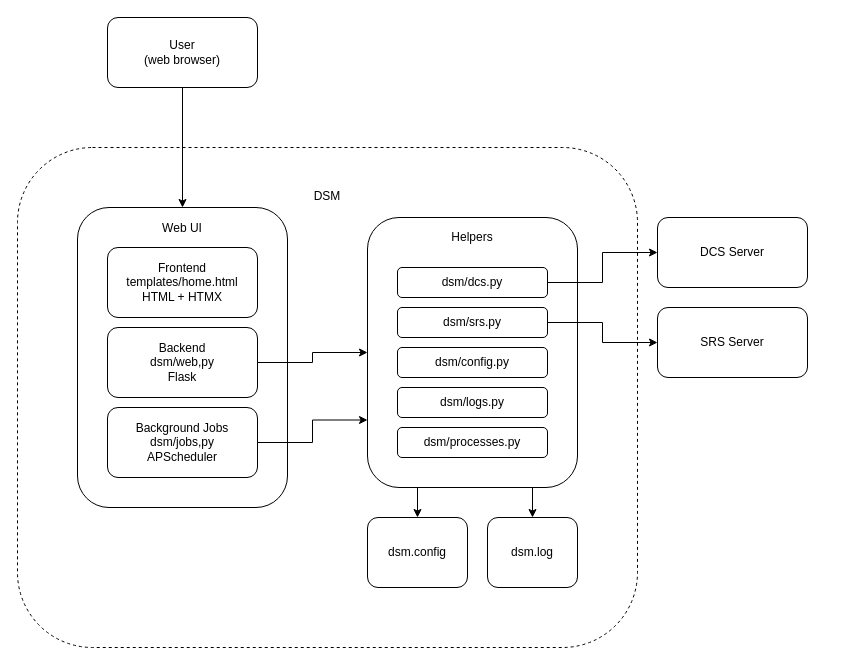
This is dsm_diagram.drawio from fisadev/dcs_server_manager, a draw.io file, before an edit. Source tidied: cells renumbered, new cells numbered last; positions are measured from the earlier drawing's top-left corner, leaving out a move shared by most shapes. Both pictures are drawn from the tidied source at 100%, with x=0, y=0 at pixel (17, 17).
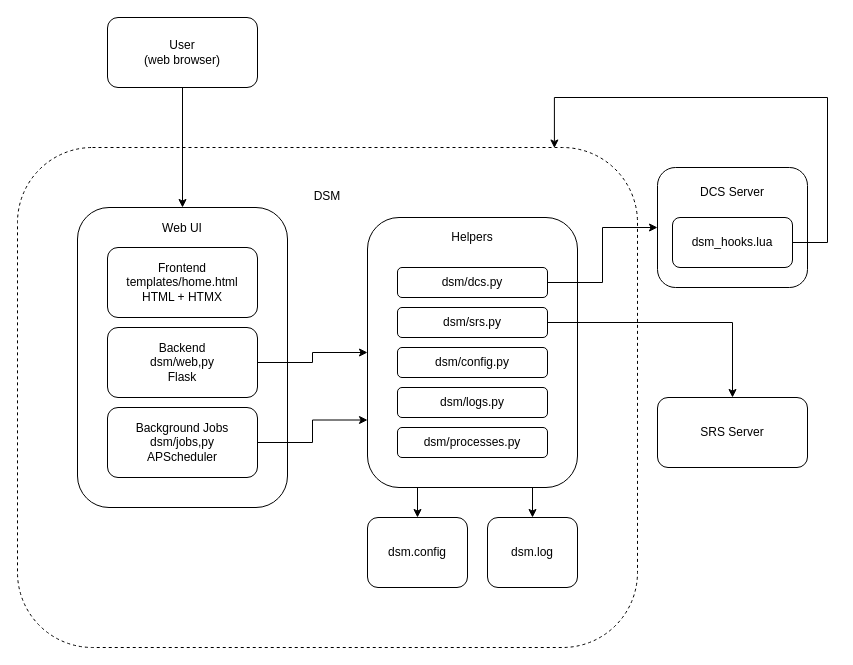
The same page after the edit.

Commit message:
Update drawing with the hook

The change refers to these unchanged cells:
```xml
<mxCell id="2" value="&lt;div&gt;DSM&lt;/div&gt;&lt;div&gt;&lt;br&gt;&lt;/div&gt;&lt;div&gt;&lt;br&gt;&lt;/div&gt;&lt;div&gt;&lt;br&gt;&lt;/div&gt;&lt;div&gt;&lt;br&gt;&lt;/div&gt;&lt;div&gt;&lt;br&gt;&lt;/div&gt;&lt;div&gt;&lt;br&gt;&lt;/div&gt;&lt;div&gt;&lt;br&gt;&lt;/div&gt;&lt;div&gt;&lt;br&gt;&lt;/div&gt;&lt;div&gt;&lt;br&gt;&lt;/div&gt;&lt;div&gt;&lt;br&gt;&lt;/div&gt;&lt;div&gt;&lt;br&gt;&lt;/div&gt;&lt;div&gt;&lt;br&gt;&lt;/div&gt;&lt;div&gt;&lt;br&gt;&lt;/div&gt;&lt;div&gt;&lt;br&gt;&lt;/div&gt;&lt;div&gt;&lt;br&gt;&lt;/div&gt;&lt;div&gt;&lt;br&gt;&lt;/div&gt;&lt;div&gt;&lt;br&gt;&lt;/div&gt;&lt;div&gt;&lt;br&gt;&lt;/div&gt;&lt;div&gt;&lt;br&gt;&lt;/div&gt;&lt;div&gt;&lt;br&gt;&lt;/div&gt;&lt;div&gt;&lt;br&gt;&lt;/div&gt;&lt;div&gt;&lt;br&gt;&lt;/div&gt;&lt;div&gt;&lt;br&gt;&lt;/div&gt;&lt;div&gt;&lt;br&gt;&lt;/div&gt;&lt;div&gt;&lt;br&gt;&lt;/div&gt;&lt;div&gt;&lt;br&gt;&lt;/div&gt;&lt;div&gt;&lt;br&gt;&lt;/div&gt;&lt;div&gt;&lt;br&gt;&lt;/div&gt;" style="rounded=1;whiteSpace=wrap;html=1;fillColor=none;dashed=1;" parent="1" vertex="1">
  <mxGeometry y="130" width="620" height="500" as="geometry" />
</mxCell>
```

What changed in the source:
```diff
@@
-    <mxCell id="19" value="DCS Server" style="rounded=1;whiteSpace=wrap;html=1;" parent="1" vertex="1">
-      <mxGeometry x="640" y="200" width="150" height="70" as="geometry" />
+    <mxCell id="19" value="DCS Server" style="rounded=1;whiteSpace=wrap;html=1;verticalAlign=top;spacingTop=11;" parent="1" vertex="1">
+      <mxGeometry x="640" y="150" width="150" height="120" as="geometry" />
     </mxCell>
     <mxCell id="20" value="SRS Server" style="rounded=1;whiteSpace=wrap;html=1;" parent="1" vertex="1">
-      <mxGeometry x="640" y="290" width="150" height="70" as="geometry" />
+      <mxGeometry x="640" y="380" width="150" height="70" as="geometry" />
     </mxCell>
@@
+    <mxCell id="25" value="dsm_hooks.lua" style="rounded=1;whiteSpace=wrap;html=1;" parent="1" vertex="1">
+      <mxGeometry x="655" y="200" width="120" height="50" as="geometry" />
+    </mxCell>
+    <mxCell id="26" style="edgeStyle=orthogonalEdgeStyle;rounded=0;jettySize=auto;html=1;exitX=1;exitY=0.5;exitDx=0;exitDy=0;entryX=0.866;entryY=0.001;entryDx=0;entryDy=0;entryPerimeter=0;" parent="1" edge="1" source="25" target="2">
+      <mxGeometry relative="1" as="geometry">
+        <Array as="points">
+          <mxPoint x="810" y="225" />
+          <mxPoint x="810" y="80" />
+          <mxPoint x="537" y="80" />
+        </Array>
+      </mxGeometry>
+    </mxCell>
```
